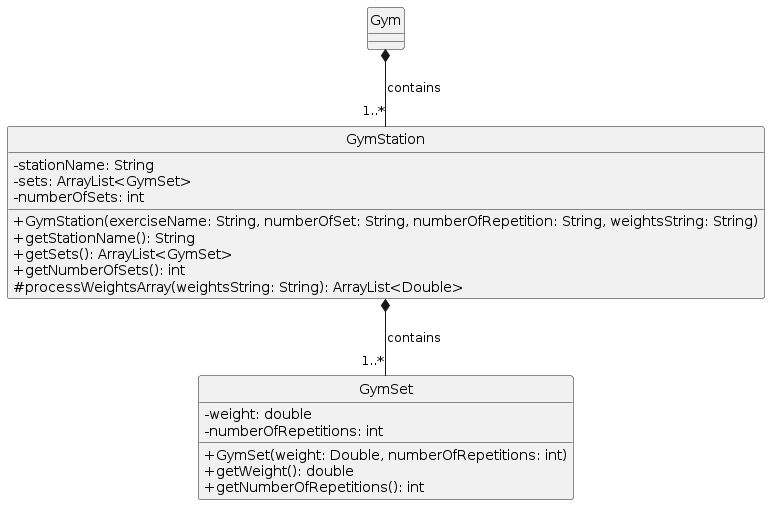
Above: docs/img/class_diagrams/gym_class_diagram.png in rouvinerh/tp (PlantUML), before the change.
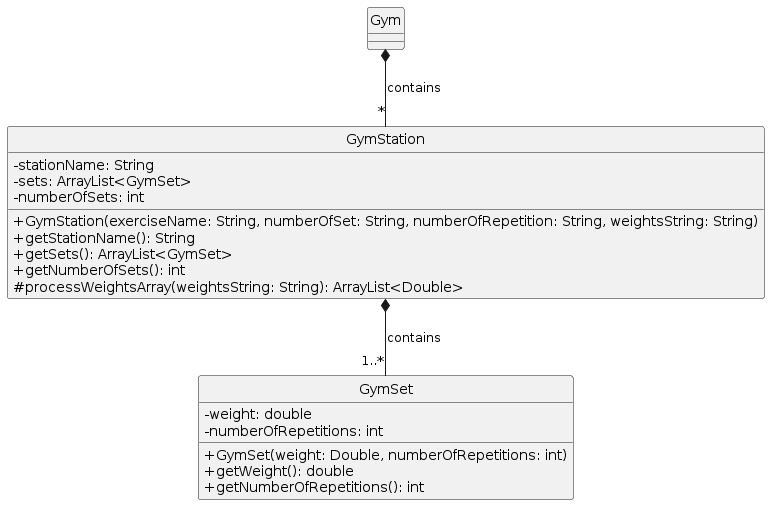
Above is the later version.

Commit message:
Change multiplicity of gym

Gym can technically have 0 stations.

The edit, as a diff of the source:
```diff
@@ -23,6 +23,6 @@
     + getNumberOfRepetitions(): int
 }
 
-Gym *-- "1..*" GymStation: contains
+Gym *-- "*" GymStation: contains
 GymStation *-- "1..*" GymSet: contains
 @enduml
```
